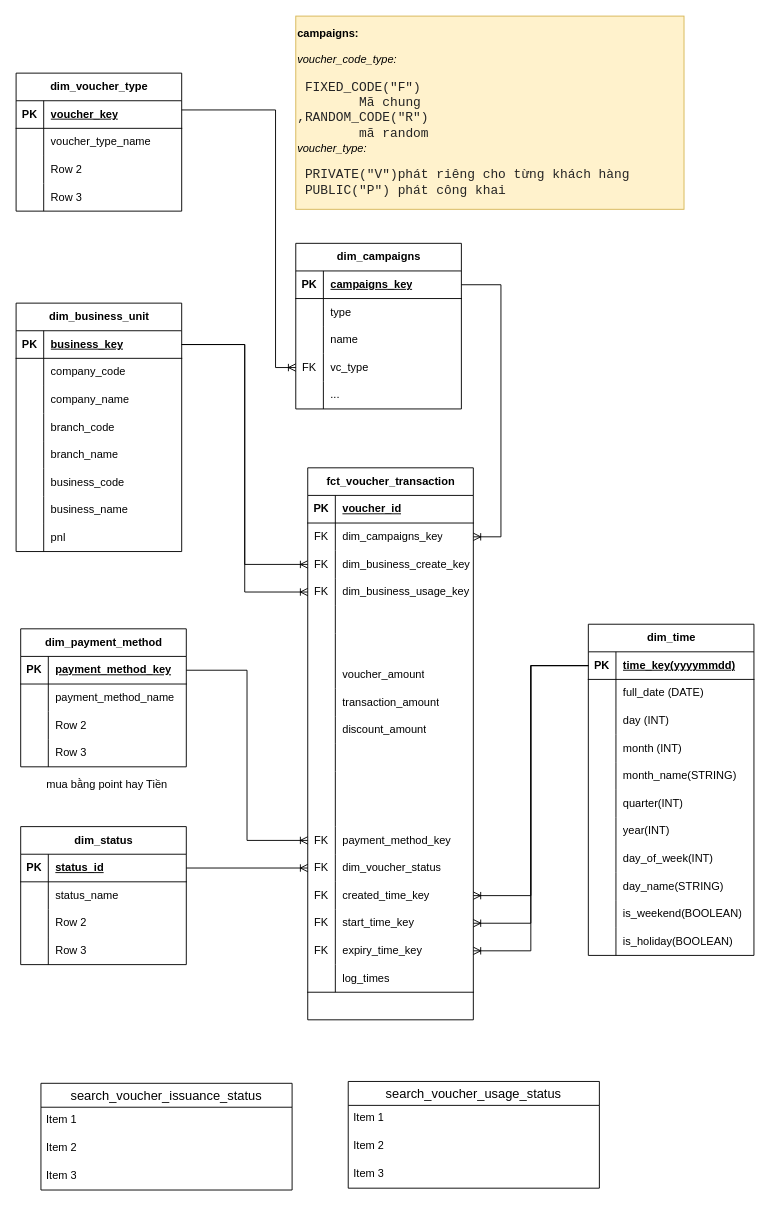
Before: page "Page-1" (1 of 2) of Untitled Diagram.drawio in sonnn1505/Studying, a draw.io diagram. Source tidied: cells renumbered, new cells numbered last; positions are measured from the earlier drawing's top-left corner, leaving out a move shared by most shapes. Both pictures are drawn from the tidied source at 92%, with x=0, y=0 at pixel (16, 16).
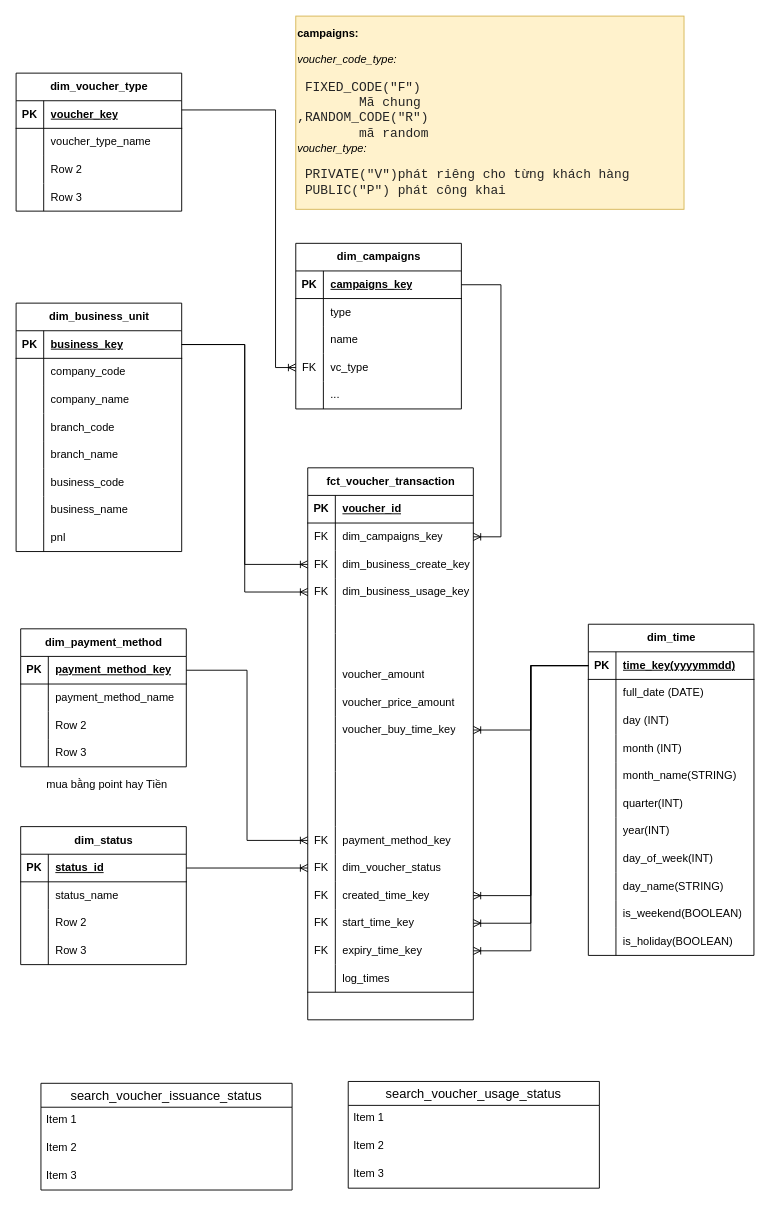
The same diagram, later.

The change refers to these unchanged cells:
```xml
<mxCell id="3" style="shape=tableRow;horizontal=0;startSize=0;swimlaneHead=0;swimlaneBody=0;fillColor=none;points=[[0,0.5],[1,0.5]];portConstraint=eastwest;top=0;left=0;right=0;bottom=1;" parent="2" vertex="1">
  <mxGeometry y="30" width="180" height="30" as="geometry" />
</mxCell>
<mxCell id="58" style="shape=tableRow;horizontal=0;startSize=0;swimlaneHead=0;swimlaneBody=0;fillColor=none;top=0;left=0;right=0;bottom=0;" parent="36" vertex="1">
  <mxGeometry y="240" width="180" height="30" as="geometry" />
</mxCell>
<mxCell id="61" style="shape=tableRow;horizontal=0;startSize=0;swimlaneHead=0;swimlaneBody=0;fillColor=none;points=[[0,0.5],[1,0.5]];portConstraint=eastwest;top=0;left=0;right=0;bottom=0;" parent="36" vertex="1">
  <mxGeometry y="270" width="180" height="30" as="geometry" />
</mxCell>
```

The edit, as a diff of the source:
```diff
@@
-    <mxCell id="60" value="transaction_amount" style="shape=partialRectangle;fillColor=none;top=0;left=0;bottom=0;right=0;align=left;spacingLeft=6;overflow=hidden;whiteSpace=wrap;html=1;" parent="58" vertex="1">
+    <mxCell id="60" value="voucher_price_amount" style="shape=partialRectangle;fillColor=none;top=0;left=0;bottom=0;right=0;align=left;spacingLeft=6;overflow=hidden;whiteSpace=wrap;html=1;" parent="58" vertex="1">
       <mxGeometry x="30" width="150" height="30" as="geometry" />
     </mxCell>
@@
-    <mxCell id="63" value="discount_amount" style="shape=partialRectangle;fillColor=none;top=0;left=0;bottom=0;right=0;align=left;spacingLeft=6;overflow=hidden;whiteSpace=wrap;html=1;" parent="61" vertex="1">
+    <mxCell id="63" value="voucher_buy_time_key" style="shape=partialRectangle;fillColor=none;top=0;left=0;bottom=0;right=0;align=left;spacingLeft=6;overflow=hidden;whiteSpace=wrap;html=1;" parent="61" vertex="1">
       <mxGeometry x="30" width="150" height="30" as="geometry" />
     </mxCell>
@@
+    <mxCell id="190" style="edgeStyle=orthogonalEdgeStyle;fontSize=12;html=1;endArrow=ERoneToMany;rounded=0;strokeColor=default;curved=0;exitX=0;exitY=0.5;exitDx=0;exitDy=0;" parent="1" edge="1" source="3" target="61">
+      <mxGeometry relative="1" as="geometry" />
+    </mxCell>
```
